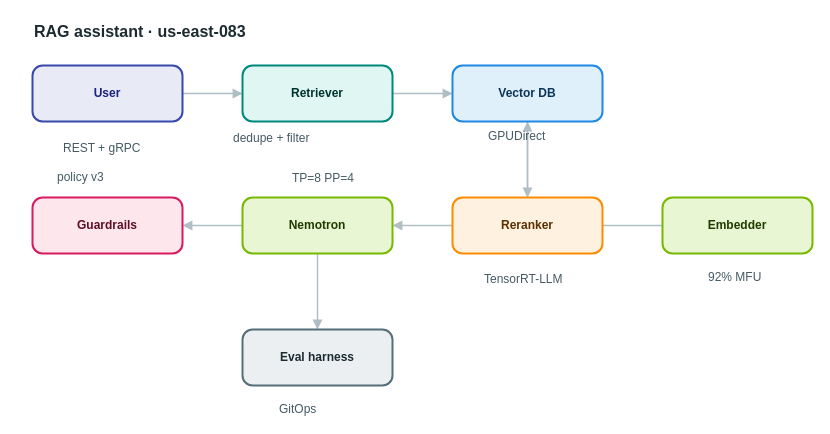
Above: apps/web/public/samples/library/083-rag-assistant.drawio in AryanG01/open-apprentice (draw.io), before the change. Source tidied: cells renumbered, new cells numbered last; positions are measured from the earlier drawing's top-left corner, leaving out a move shared by most shapes. Both pictures are drawn from the tidied source at 100%, with x=0, y=0 at pixel (32, 17).
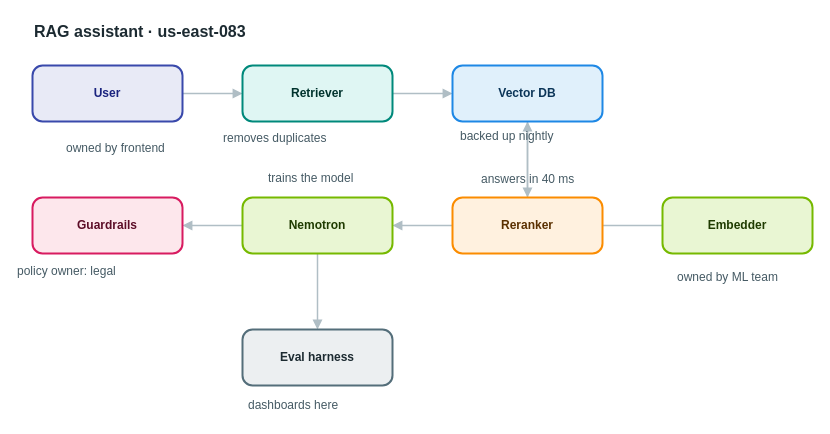
The same page after the edit.

What changed in the source:
```diff
@@
-    <mxCell id="18" value="REST + gRPC" style="text;html=1;align=left;verticalAlign=top;whiteSpace=nowrap;spacing=0;spacingTop=0;strokeColor=none;fillColor=none;fontSize=12;fontColor=#455a64;" parent="1" vertex="1">
-      <mxGeometry x="31" y="119" width="89" height="20" as="geometry" />
+    <mxCell id="18" value="owned by frontend" style="text;html=1;align=left;verticalAlign=top;whiteSpace=nowrap;spacing=0;spacingTop=0;strokeColor=none;fillColor=none;fontSize=12;fontColor=#455a64;" parent="1" vertex="1">
+      <mxGeometry x="34" y="119" width="131" height="20" as="geometry" />
     </mxCell>
-    <mxCell id="19" value="dedupe + filter" style="text;html=1;align=left;verticalAlign=top;whiteSpace=nowrap;spacing=0;spacingTop=0;strokeColor=none;fillColor=none;fontSize=12;fontColor=#455a64;" parent="1" vertex="1">
-      <mxGeometry x="201" y="109" width="117" height="20" as="geometry" />
+    <mxCell id="19" value="removes duplicates" style="text;html=1;align=left;verticalAlign=top;whiteSpace=nowrap;spacing=0;spacingTop=0;strokeColor=none;fillColor=none;fontSize=12;fontColor=#455a64;" parent="1" vertex="1">
+      <mxGeometry x="191" y="109" width="138" height="20" as="geometry" />
     </mxCell>
-    <mxCell id="20" value="GPUDirect" style="text;html=1;align=left;verticalAlign=top;whiteSpace=nowrap;spacing=0;spacingTop=0;strokeColor=none;fillColor=none;fontSize=12;fontColor=#455a64;" parent="1" vertex="1">
-      <mxGeometry x="456" y="107" width="75" height="20" as="geometry" />
+    <mxCell id="20" value="backed up nightly" style="text;html=1;align=left;verticalAlign=top;whiteSpace=nowrap;spacing=0;spacingTop=0;strokeColor=none;fillColor=none;fontSize=12;fontColor=#455a64;" parent="1" vertex="1">
+      <mxGeometry x="428" y="107" width="131" height="20" as="geometry" />
     </mxCell>
-    <mxCell id="21" value="TensorRT-LLM" style="text;html=1;align=left;verticalAlign=top;whiteSpace=nowrap;spacing=0;spacingTop=0;strokeColor=none;fillColor=none;fontSize=12;fontColor=#455a64;" parent="1" vertex="1">
-      <mxGeometry x="452" y="250" width="96" height="20" as="geometry" />
+    <mxCell id="21" value="answers in 40 ms" style="text;html=1;align=left;verticalAlign=top;whiteSpace=nowrap;spacing=0;spacingTop=0;strokeColor=none;fillColor=none;fontSize=12;fontColor=#455a64;" parent="1" vertex="1">
+      <mxGeometry x="449" y="150" width="124" height="20" as="geometry" />
     </mxCell>
-    <mxCell id="22" value="TP=8 PP=4" style="text;html=1;align=left;verticalAlign=top;whiteSpace=nowrap;spacing=0;spacingTop=0;strokeColor=none;fillColor=none;fontSize=12;fontColor=#455a64;" parent="1" vertex="1">
-      <mxGeometry x="260" y="149" width="75" height="20" as="geometry" />
+    <mxCell id="22" value="trains the model" style="text;html=1;align=left;verticalAlign=top;whiteSpace=nowrap;spacing=0;spacingTop=0;strokeColor=none;fillColor=none;fontSize=12;fontColor=#455a64;" parent="1" vertex="1">
+      <mxGeometry x="236" y="149" width="124" height="20" as="geometry" />
     </mxCell>
-    <mxCell id="23" value="policy v3" style="text;html=1;align=left;verticalAlign=top;whiteSpace=nowrap;spacing=0;spacingTop=0;strokeColor=none;fillColor=none;fontSize=12;fontColor=#455a64;" parent="1" vertex="1">
-      <mxGeometry x="25" y="148" width="75" height="20" as="geometry" />
+    <mxCell id="23" value="policy owner: legal" style="text;html=1;align=left;verticalAlign=top;whiteSpace=nowrap;spacing=0;spacingTop=0;strokeColor=none;fillColor=none;fontSize=12;fontColor=#455a64;" parent="1" vertex="1">
+      <mxGeometry x="-15" y="242" width="145" height="20" as="geometry" />
     </mxCell>
-    <mxCell id="24" value="92% MFU" style="text;html=1;align=left;verticalAlign=top;whiteSpace=nowrap;spacing=0;spacingTop=0;strokeColor=none;fillColor=none;fontSize=12;fontColor=#455a64;" parent="1" vertex="1">
-      <mxGeometry x="676" y="248" width="61" height="20" as="geometry" />
+    <mxCell id="24" value="owned by ML team" style="text;html=1;align=left;verticalAlign=top;whiteSpace=nowrap;spacing=0;spacingTop=0;strokeColor=none;fillColor=none;fontSize=12;fontColor=#455a64;" parent="1" vertex="1">
+      <mxGeometry x="645" y="248" width="124" height="20" as="geometry" />
     </mxCell>
-    <mxCell id="25" value="GitOps" style="text;html=1;align=left;verticalAlign=top;whiteSpace=nowrap;spacing=0;spacingTop=0;strokeColor=none;fillColor=none;fontSize=12;fontColor=#455a64;" parent="1" vertex="1">
-      <mxGeometry x="247" y="380" width="54" height="20" as="geometry" />
+    <mxCell id="25" value="dashboards here" style="text;html=1;align=left;verticalAlign=top;whiteSpace=nowrap;spacing=0;spacingTop=0;strokeColor=none;fillColor=none;fontSize=12;fontColor=#455a64;" parent="1" vertex="1">
+      <mxGeometry x="216" y="376" width="117" height="20" as="geometry" />
     </mxCell>
```
